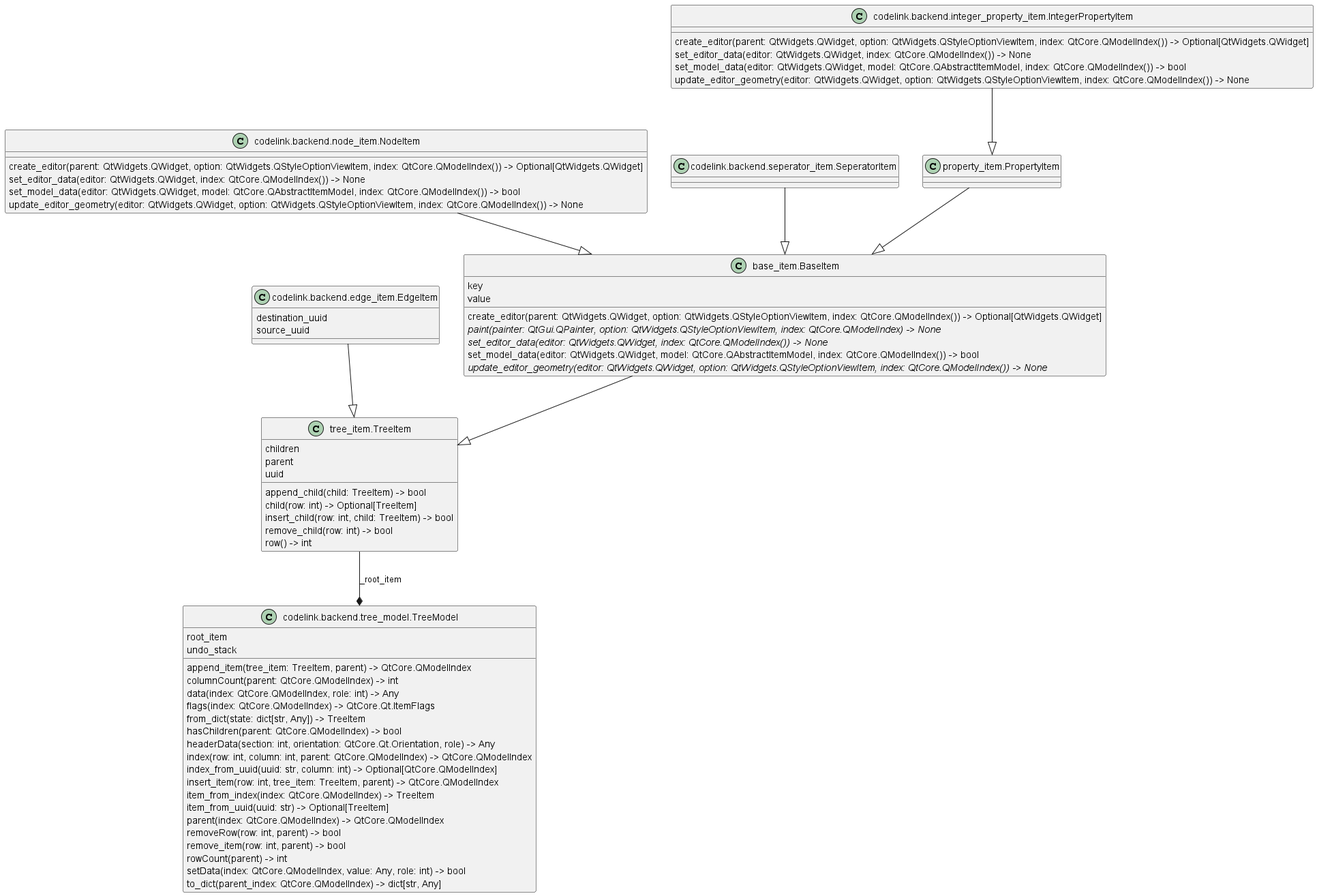
The PlantUML diagram img/backend_classes.png in j8sr0230/codelink, before a commit.
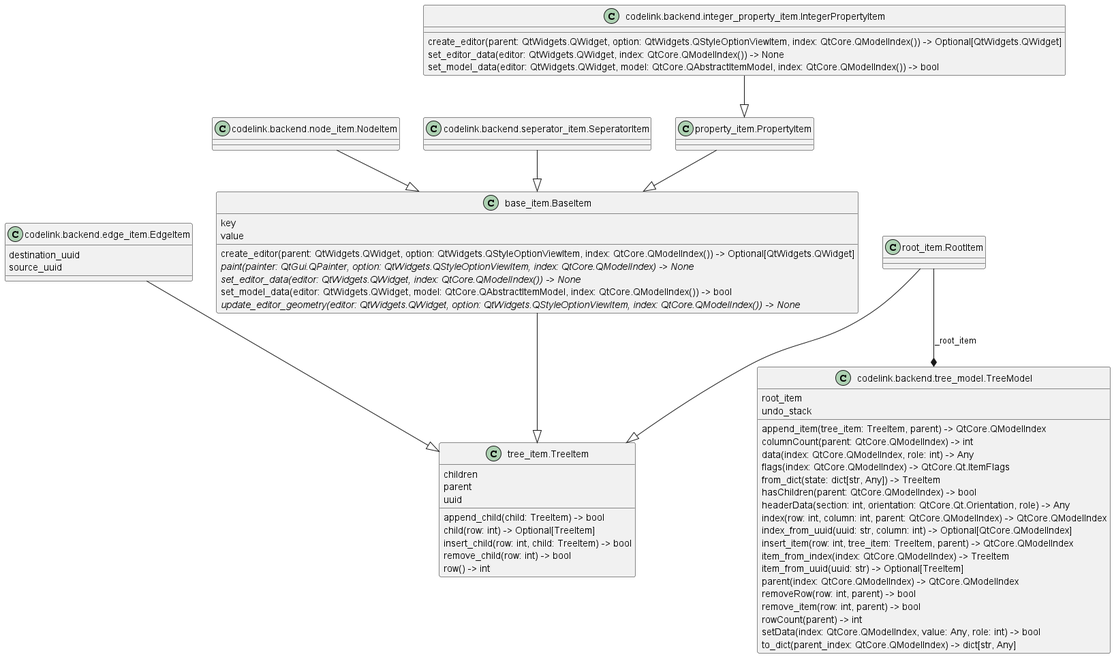
The same diagram one commit later.

The edit, as a diff of the source:
```diff
@@ -17,13 +17,8 @@
   create_editor(parent: QtWidgets.QWidget, option: QtWidgets.QStyleOptionViewItem, index: QtCore.QModelIndex()) -> Optional[QtWidgets.QWidget]
   set_editor_data(editor: QtWidgets.QWidget, index: QtCore.QModelIndex()) -> None
   set_model_data(editor: QtWidgets.QWidget, model: QtCore.QAbstractItemModel, index: QtCore.QModelIndex()) -> bool
-  update_editor_geometry(editor: QtWidgets.QWidget, option: QtWidgets.QStyleOptionViewItem, index: QtCore.QModelIndex()) -> None
 }
 class "codelink.backend.node_item.NodeItem" as codelink.backend.node_item.NodeItem {
-  create_editor(parent: QtWidgets.QWidget, option: QtWidgets.QStyleOptionViewItem, index: QtCore.QModelIndex()) -> Optional[QtWidgets.QWidget]
-  set_editor_data(editor: QtWidgets.QWidget, index: QtCore.QModelIndex()) -> None
-  set_model_data(editor: QtWidgets.QWidget, model: QtCore.QAbstractItemModel, index: QtCore.QModelIndex()) -> bool
-  update_editor_geometry(editor: QtWidgets.QWidget, option: QtWidgets.QStyleOptionViewItem, index: QtCore.QModelIndex()) -> None
 }
 class "codelink.backend.seperator_item.SeperatorItem" as codelink.backend.seperator_item.SeperatorItem {
 }
@@ -51,6 +46,8 @@
 }
 class "property_item.PropertyItem" as property_item.PropertyItem {
 }
+class "root_item.RootItem" as root_item.RootItem {
+}
 class "tree_item.TreeItem" as tree_item.TreeItem {
   children
   parent
@@ -67,5 +64,6 @@
 codelink.backend.node_item.NodeItem --|> base_item.BaseItem
 codelink.backend.seperator_item.SeperatorItem --|> base_item.BaseItem
 property_item.PropertyItem --|> base_item.BaseItem
-tree_item.TreeItem --* codelink.backend.tree_model.TreeModel : _root_item
+root_item.RootItem --|> tree_item.TreeItem
+root_item.RootItem --* codelink.backend.tree_model.TreeModel : _root_item
 @enduml
```
